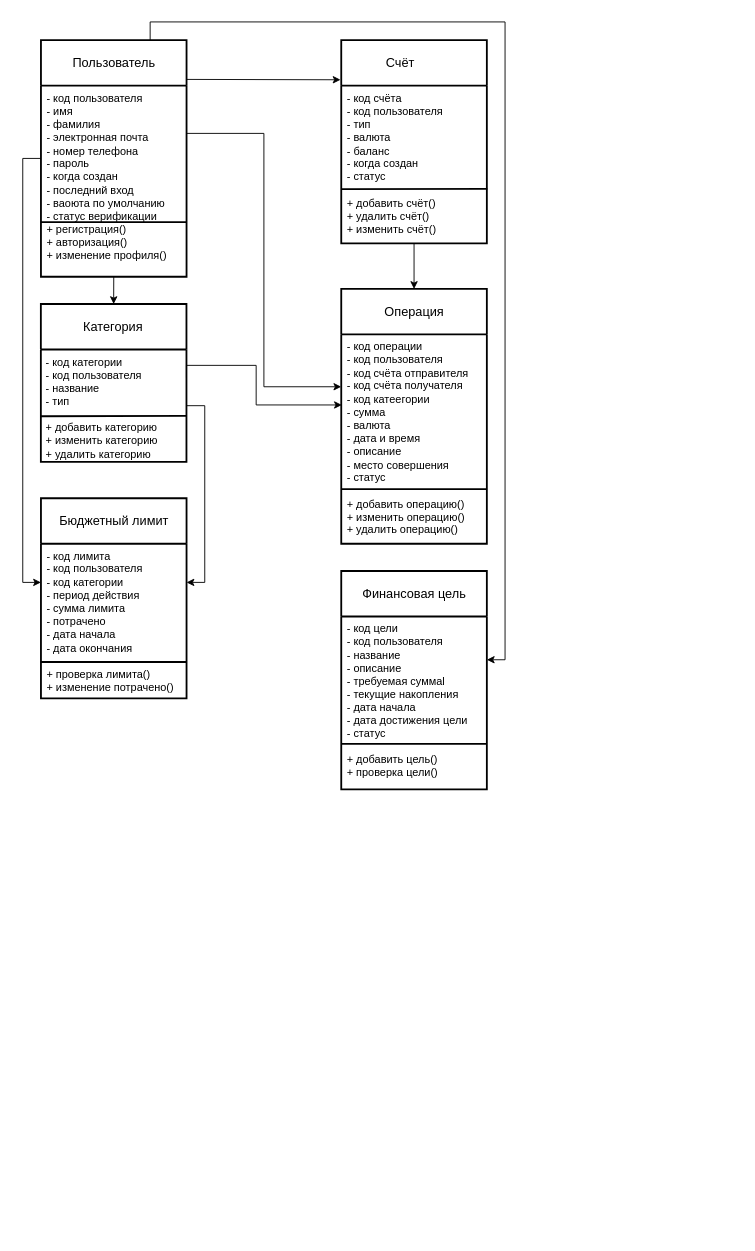
Above: Классов.drawio in melekhelyon/KR (draw.io), before the change. Source tidied: cells renumbered, new cells numbered last; positions are measured from the earlier drawing's top-left corner, leaving out a move shared by most shapes. Both pictures are drawn from the tidied source at 91%, with x=0, y=0 at pixel (40, 40).
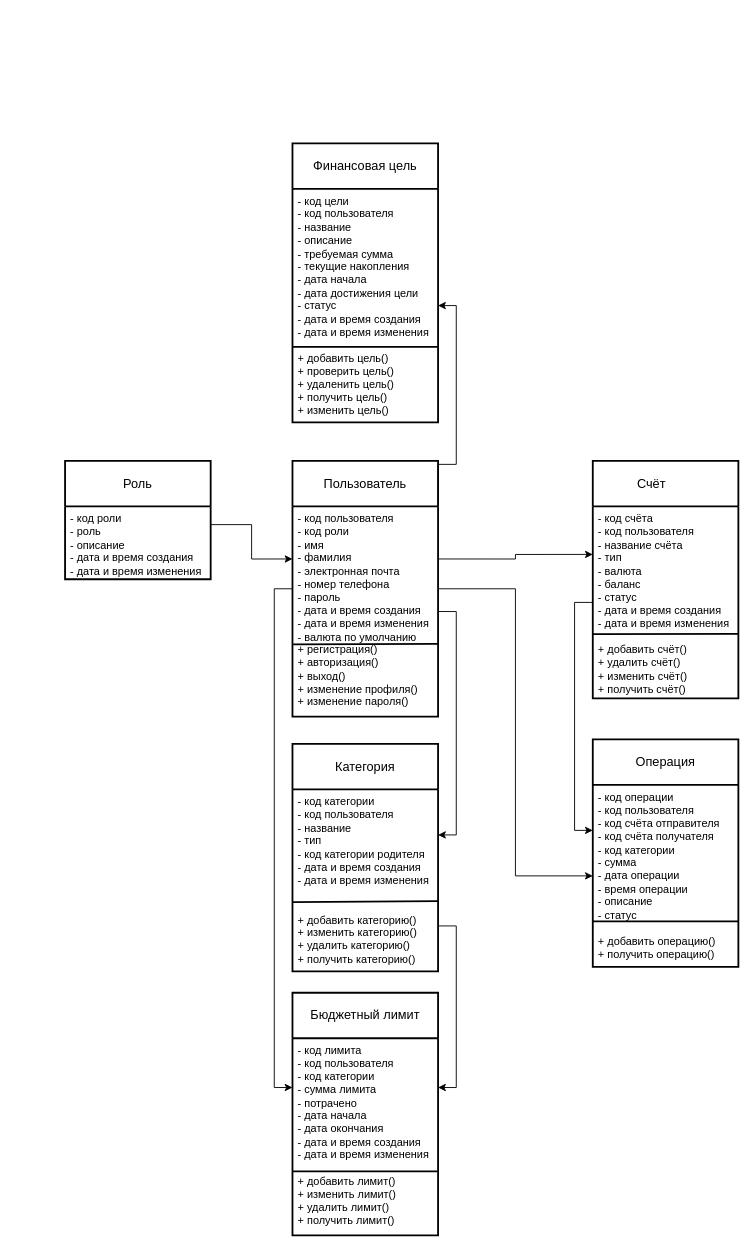
Above is the later version.

The edit, as a diff of the source:
```diff
@@
-    <mxCell id="2" style="edgeStyle=orthogonalEdgeStyle;rounded=0;jettySize=auto;html=1;exitX=0;exitY=0.5;exitDx=0;exitDy=0;entryX=0;entryY=0.25;entryDx=0;entryDy=0;" parent="1" edge="1" source="4" target="17">
-      <mxGeometry relative="1" as="geometry" />
-    </mxCell>
-    <mxCell id="3" style="edgeStyle=orthogonalEdgeStyle;rounded=0;jettySize=auto;html=1;exitX=0.75;exitY=0;exitDx=0;exitDy=0;entryX=1;entryY=0.25;entryDx=0;entryDy=0;" parent="1" edge="1" source="4" target="20">
-      <mxGeometry relative="1" as="geometry" />
-    </mxCell>
+    <mxCell id="28" style="edgeStyle=orthogonalEdgeStyle;rounded=0;jettySize=auto;html=1;exitX=0;exitY=0.5;exitDx=0;exitDy=0;entryX=0;entryY=0.25;entryDx=0;entryDy=0;" parent="1" edge="1" source="4" target="38">
+      <mxGeometry relative="1" as="geometry" />
+    </mxCell>
+    <mxCell id="29" style="edgeStyle=orthogonalEdgeStyle;rounded=0;jettySize=auto;html=1;exitX=1;exitY=0.5;exitDx=0;exitDy=0;entryX=0;entryY=0.5;entryDx=0;entryDy=0;" parent="1" edge="1" source="4" target="36">
+      <mxGeometry relative="1" as="geometry" />
+    </mxCell>
     <mxCell id="4" value="Пользователь" style="swimlane;horizontal=1;startSize=50;rounded=1;fontSize=14;fontStyle=0;strokeWidth=2;shadow=0;dashed=0;align=center;arcSize=0;whiteSpace=wrap;html=1;" parent="1" vertex="1">
-      <mxGeometry x="0.5" y="-0.4" width="160" height="260" as="geometry" />
+      <mxGeometry x="276.9" y="462" width="160" height="281" as="geometry" />
     </mxCell>
-    <mxCell id="5" value="&lt;div&gt;-&amp;nbsp;код пользователя&lt;/div&gt;- имя&lt;div&gt;- фамилия&lt;/div&gt;&lt;div&gt;- электронная почта&lt;/div&gt;&lt;div&gt;- номер телефона&lt;/div&gt;&lt;div&gt;- пароль&lt;/div&gt;&lt;div&gt;- когда создан&lt;/div&gt;&lt;div&gt;- последний вход&lt;/div&gt;&lt;div&gt;-&amp;nbsp;&lt;span style=&quot;white-space: pre-wrap&quot;&gt;ваоюта по умолчанию&lt;/span&gt;&lt;/div&gt;&lt;div&gt;&lt;span style=&quot;white-space: pre-wrap&quot;&gt;- статус верификации&lt;/span&gt;&lt;/div&gt;&lt;div&gt;+ регистрация()&lt;/div&gt;&lt;div&gt;+ авторизация()&lt;/div&gt;&lt;div&gt;+ изменение профиля()&lt;/div&gt;" style="align=left;strokeColor=none;fillColor=none;spacingLeft=4;spacingRight=4;fontSize=12;verticalAlign=top;html=1;whiteSpace=wrap;" parent="4" vertex="1">
-      <mxGeometry y="50" width="160" height="210" as="geometry" />
-    </mxCell>
-    <mxCell id="6" style="endArrow=none;html=1;rounded=0;exitX=0;exitY=0.714;exitDx=0;exitDy=0;exitPerimeter=0;strokeWidth=2;" parent="1" edge="1" source="5">
-      <mxGeometry relative="1" as="geometry">
-        <mxPoint x="160.5" y="199.6" as="targetPoint" />
-      </mxGeometry>
-    </mxCell>
+    <mxCell id="30" value="&lt;div&gt;-&amp;nbsp;код пользователя&lt;/div&gt;&lt;div&gt;-&amp;nbsp;код роли&lt;/div&gt;- имя&lt;div&gt;- фамилия&lt;/div&gt;&lt;div&gt;- электронная почта&lt;/div&gt;&lt;div&gt;- номер телефона&lt;/div&gt;&lt;div&gt;- пароль&lt;/div&gt;&lt;div&gt;- дата и время создания&lt;/div&gt;&lt;div&gt;- дата и время изменения&lt;/div&gt;&lt;div&gt;-&amp;nbsp;&lt;span style=&quot;white-space: pre-wrap&quot;&gt;валюта по умолчанию&lt;/span&gt;&lt;/div&gt;&lt;div&gt;+ регистрация()&lt;/div&gt;&lt;div&gt;+ авторизация()&lt;/div&gt;&lt;div&gt;+ выход()&lt;/div&gt;&lt;div&gt;+ изменение профиля()&lt;/div&gt;&lt;div&gt;+ изменение пароля()&lt;/div&gt;" style="align=left;strokeColor=none;fillColor=none;spacingLeft=4;spacingRight=4;fontSize=12;verticalAlign=top;html=1;whiteSpace=wrap;" parent="4" vertex="1">
+      <mxGeometry y="50" width="160" height="231" as="geometry" />
+    </mxCell>
+    <mxCell id="31" style="endArrow=none;html=1;rounded=0;exitX=0.005;exitY=0.656;exitDx=0;exitDy=0;exitPerimeter=0;strokeWidth=2;" parent="1" edge="1" source="30">
+      <mxGeometry relative="1" as="geometry">
+        <mxPoint x="436.9" y="663" as="targetPoint" />
+      </mxGeometry>
+    </mxCell>
     <mxCell id="7" value="Счёт&lt;span style=&quot;white-space: pre;&quot;&gt;&#9;&lt;/span&gt;" style="swimlane;horizontal=1;startSize=50;rounded=1;fontSize=14;fontStyle=0;strokeWidth=2;shadow=0;dashed=0;align=center;arcSize=0;whiteSpace=wrap;html=1;" parent="1" vertex="1">
-      <mxGeometry x="330.5" y="-0.4" width="160" height="223.4" as="geometry" />
+      <mxGeometry x="606.9" y="462" width="160" height="261" as="geometry" />
     </mxCell>
-    <mxCell id="8" value="&lt;div&gt;- код счёта&lt;/div&gt;- код пользователя&lt;div&gt;- тип&lt;/div&gt;&lt;div&gt;-&amp;nbsp;&lt;span style=&quot;white-space: pre-wrap&quot;&gt;валюта&lt;/span&gt;&lt;/div&gt;&lt;div&gt;-&amp;nbsp;&lt;span style=&quot;white-space: pre-wrap&quot;&gt;баланс&lt;/span&gt;&lt;/div&gt;&lt;div&gt;- когда создан&lt;/div&gt;&lt;div&gt;&lt;span style=&quot;white-space: pre-wrap&quot;&gt;- статус&lt;/span&gt;&lt;/div&gt;&lt;div&gt;&lt;span style=&quot;white-space: pre-wrap&quot;&gt;&lt;br&gt;&lt;/span&gt;&lt;/div&gt;&lt;div&gt;&lt;span style=&quot;white-space: pre-wrap&quot;&gt;+ добавить счёт()&lt;/span&gt;&lt;/div&gt;&lt;div&gt;&lt;span style=&quot;white-space: pre-wrap&quot;&gt;+ удалить счёт()&lt;/span&gt;&lt;/div&gt;&lt;div&gt;&lt;span style=&quot;white-space: pre-wrap&quot;&gt;+ изменить счёт()&lt;/span&gt;&lt;/div&gt;&lt;div&gt;&lt;span style=&quot;white-space: pre-wrap&quot;&gt;&lt;br&gt;&lt;/span&gt;&lt;/div&gt;" style="align=left;strokeColor=none;fillColor=none;spacingLeft=4;spacingRight=4;fontSize=12;verticalAlign=top;html=1;whiteSpace=wrap;" parent="7" vertex="1">
-      <mxGeometry y="50" width="160" height="173.4" as="geometry" />
-    </mxCell>
-    <mxCell id="9" style="endArrow=none;html=1;rounded=0;exitX=0;exitY=0.714;exitDx=0;exitDy=0;exitPerimeter=0;strokeWidth=2;" parent="7" edge="1">
-      <mxGeometry relative="1" as="geometry">
-        <mxPoint y="163.8" as="sourcePoint" />
-        <mxPoint x="160.5" y="163.4" as="targetPoint" />
-      </mxGeometry>
-    </mxCell>
+    <mxCell id="32" value="&lt;div&gt;- код счёта&lt;/div&gt;&lt;div&gt;- код пользователя&lt;/div&gt;&lt;div&gt;- название счёта&lt;/div&gt;&lt;div&gt;- тип&lt;/div&gt;&lt;div&gt;-&amp;nbsp;&lt;span style=&quot;white-space: pre-wrap&quot;&gt;валюта&lt;/span&gt;&lt;/div&gt;&lt;div&gt;-&amp;nbsp;&lt;span style=&quot;white-space: pre-wrap&quot;&gt;баланс&lt;/span&gt;&lt;/div&gt;&lt;div&gt;&lt;span style=&quot;white-space: pre-wrap&quot;&gt;- статус&lt;/span&gt;&lt;/div&gt;&lt;div&gt;- дата и время создания&lt;/div&gt;&lt;div&gt;- дата и время изменения&lt;/div&gt;&lt;div&gt;&lt;span style=&quot;white-space: pre-wrap&quot;&gt;&lt;br&gt;&lt;/span&gt;&lt;/div&gt;&lt;div&gt;&lt;span style=&quot;white-space: pre-wrap&quot;&gt;+ добавить счёт()&lt;/span&gt;&lt;/div&gt;&lt;div&gt;&lt;span style=&quot;white-space: pre-wrap&quot;&gt;+ удалить счёт()&lt;/span&gt;&lt;/div&gt;&lt;div&gt;&lt;span style=&quot;white-space: pre-wrap&quot;&gt;+ изменить счёт()&lt;/span&gt;&lt;/div&gt;&lt;div&gt;&lt;span style=&quot;white-space: pre-wrap&quot;&gt;+ получить счёт()&lt;/span&gt;&lt;/div&gt;&lt;div&gt;&lt;span style=&quot;white-space: pre-wrap&quot;&gt;&lt;br&gt;&lt;/span&gt;&lt;/div&gt;" style="align=left;strokeColor=none;fillColor=none;spacingLeft=4;spacingRight=4;fontSize=12;verticalAlign=top;html=1;whiteSpace=wrap;" parent="7" vertex="1">
+      <mxGeometry y="50" width="160" height="211" as="geometry" />
+    </mxCell>
+    <mxCell id="33" style="endArrow=none;html=1;rounded=0;exitX=-0.002;exitY=0.665;exitDx=0;exitDy=0;exitPerimeter=0;strokeWidth=2;" parent="7" edge="1" source="32">
+      <mxGeometry relative="1" as="geometry">
+        <mxPoint x="160.1" y="190" as="targetPoint" />
+      </mxGeometry>
+    </mxCell>
     <mxCell id="10" value="Категория" style="swimlane;horizontal=1;startSize=50;rounded=1;fontSize=14;fontStyle=0;strokeWidth=2;shadow=0;dashed=0;align=center;arcSize=0;whiteSpace=wrap;html=1;" parent="1" vertex="1">
-      <mxGeometry x="0.4" y="289.6" width="160" height="173.4" as="geometry" />
+      <mxGeometry x="276.9" y="773" width="160" height="250" as="geometry" />
     </mxCell>
-    <mxCell id="11" value="&lt;div&gt;- код категории&lt;/div&gt;- код пользователя&lt;div&gt;- название&lt;/div&gt;&lt;div&gt;- тип&lt;/div&gt;&lt;div&gt;&lt;br&gt;&lt;/div&gt;&lt;div&gt;+ добавить категорию&lt;/div&gt;&lt;div&gt;+ изменить категорию&lt;/div&gt;&lt;div&gt;+ удалить категорию&lt;/div&gt;" style="align=left;strokeColor=none;fillColor=none;spacingLeft=4;spacingRight=4;fontSize=12;verticalAlign=top;html=1;whiteSpace=wrap;" parent="10" vertex="1">
-      <mxGeometry y="50" width="160" height="123.4" as="geometry" />
-    </mxCell>
-    <mxCell id="12" style="endArrow=none;html=1;rounded=0;exitX=0;exitY=0.714;exitDx=0;exitDy=0;exitPerimeter=0;strokeWidth=2;" parent="10" edge="1">
-      <mxGeometry relative="1" as="geometry">
-        <mxPoint y="123.3" as="sourcePoint" />
-        <mxPoint x="160.5" y="122.9" as="targetPoint" />
-      </mxGeometry>
-    </mxCell>
+    <mxCell id="34" value="&lt;div&gt;- код категории&lt;/div&gt;- код пользователя&lt;div&gt;- название&lt;/div&gt;&lt;div&gt;- тип&lt;/div&gt;&lt;div&gt;- код категории родителя&lt;/div&gt;&lt;div&gt;&lt;div&gt;- дата и время создания&lt;/div&gt;&lt;div&gt;- дата и время изменения&lt;/div&gt;&lt;br&gt;&lt;/div&gt;&lt;div&gt;&lt;br&gt;&lt;/div&gt;&lt;div&gt;+ добавить категорию()&lt;/div&gt;&lt;div&gt;+ изменить категорию()&lt;/div&gt;&lt;div&gt;+ удалить категорию()&lt;/div&gt;&lt;div&gt;+ получить категорию()&lt;/div&gt;" style="align=left;strokeColor=none;fillColor=none;spacingLeft=4;spacingRight=4;fontSize=12;verticalAlign=top;html=1;whiteSpace=wrap;" parent="10" vertex="1">
+      <mxGeometry y="50" width="160" height="200" as="geometry" />
+    </mxCell>
+    <mxCell id="35" style="endArrow=none;html=1;rounded=0;exitX=0;exitY=0.619;exitDx=0;exitDy=0;strokeWidth=2;entryX=0.999;entryY=0.614;entryDx=0;entryDy=0;entryPerimeter=0;exitPerimeter=0;" parent="10" edge="1" source="34" target="34">
+      <mxGeometry relative="1" as="geometry" />
+    </mxCell>
     <mxCell id="13" value="Операция" style="swimlane;horizontal=1;startSize=50;rounded=1;fontSize=14;fontStyle=0;strokeWidth=2;shadow=0;dashed=0;align=center;arcSize=0;whiteSpace=wrap;html=1;" parent="1" vertex="1">
-      <mxGeometry x="330.5" y="273" width="160" height="280" as="geometry" />
+      <mxGeometry x="606.9" y="768" width="160" height="250" as="geometry" />
     </mxCell>
-    <mxCell id="14" value="&lt;div&gt;- код операции&lt;/div&gt;- код пользователя&lt;div&gt;-&amp;nbsp;&lt;span style=&quot;white-space: pre-wrap&quot;&gt;код счёта отправителя&lt;/span&gt;&lt;/div&gt;&lt;div&gt;- код счёта получателя&lt;/div&gt;&lt;div&gt;- код катеегории&lt;/div&gt;&lt;div&gt;- сумма&lt;/div&gt;&lt;div&gt;- валюта&lt;/div&gt;&lt;div&gt;&lt;span style=&quot;white-space: pre-wrap&quot;&gt;- дата и время&lt;/span&gt;&lt;/div&gt;&lt;div&gt;&lt;span style=&quot;white-space: pre-wrap&quot;&gt;- описание&lt;/span&gt;&lt;/div&gt;&lt;div&gt;&lt;span style=&quot;white-space: pre-wrap&quot;&gt;- место совершения&lt;/span&gt;&lt;/div&gt;&lt;div&gt;&lt;span style=&quot;white-space: pre-wrap&quot;&gt;- статус&lt;/span&gt;&lt;/div&gt;&lt;div&gt;&lt;span style=&quot;white-space: pre-wrap&quot;&gt;&lt;br&gt;&lt;/span&gt;&lt;/div&gt;&lt;div&gt;&lt;span style=&quot;white-space: pre-wrap&quot;&gt;+ добавить операцию()&lt;/span&gt;&lt;/div&gt;&lt;div&gt;&lt;span style=&quot;white-space: pre-wrap&quot;&gt;+ изменить операцию()&lt;/span&gt;&lt;/div&gt;&lt;div&gt;&lt;span style=&quot;white-space: pre-wrap&quot;&gt;+ удалить операцию()&lt;/span&gt;&lt;/div&gt;" style="align=left;strokeColor=none;fillColor=none;spacingLeft=4;spacingRight=4;fontSize=12;verticalAlign=top;html=1;whiteSpace=wrap;" parent="13" vertex="1">
-      <mxGeometry y="50" width="160" height="230" as="geometry" />
-    </mxCell>
-    <mxCell id="15" style="endArrow=none;html=1;rounded=0;exitX=0;exitY=0.714;exitDx=0;exitDy=0;exitPerimeter=0;strokeWidth=2;" parent="13" edge="1">
-      <mxGeometry relative="1" as="geometry">
-        <mxPoint y="220" as="sourcePoint" />
-        <mxPoint x="160" y="220" as="targetPoint" />
-      </mxGeometry>
-    </mxCell>
+    <mxCell id="36" value="&lt;div&gt;- код операции&lt;/div&gt;- код пользователя&lt;div&gt;-&amp;nbsp;&lt;span style=&quot;white-space: pre-wrap&quot;&gt;код счёта отправителя&lt;/span&gt;&lt;/div&gt;&lt;div&gt;- код счёта получателя&lt;/div&gt;&lt;div&gt;- код категории&lt;/div&gt;&lt;div&gt;- сумма&lt;/div&gt;&lt;div&gt;&lt;span style=&quot;white-space: pre-wrap&quot;&gt;- дата операции&lt;/span&gt;&lt;/div&gt;&lt;div&gt;&lt;span style=&quot;white-space: pre-wrap&quot;&gt;- время операции&lt;/span&gt;&lt;/div&gt;&lt;div&gt;&lt;span style=&quot;white-space: pre-wrap&quot;&gt;- описание&lt;/span&gt;&lt;/div&gt;&lt;div&gt;&lt;span style=&quot;white-space: pre-wrap&quot;&gt;- статус&lt;/span&gt;&lt;/div&gt;&lt;div&gt;&lt;span style=&quot;white-space: pre-wrap&quot;&gt;&lt;br&gt;&lt;/span&gt;&lt;/div&gt;&lt;div&gt;&lt;span style=&quot;white-space: pre-wrap&quot;&gt;+ добавить операцию()&lt;/span&gt;&lt;/div&gt;&lt;div&gt;&lt;span style=&quot;white-space: pre-wrap&quot;&gt;+ получить операцию()&lt;/span&gt;&lt;/div&gt;" style="align=left;strokeColor=none;fillColor=none;spacingLeft=4;spacingRight=4;fontSize=12;verticalAlign=top;html=1;whiteSpace=wrap;" parent="13" vertex="1">
+      <mxGeometry y="50" width="160" height="200" as="geometry" />
+    </mxCell>
+    <mxCell id="37" style="endArrow=none;html=1;rounded=0;exitX=0;exitY=0.75;exitDx=0;exitDy=0;strokeWidth=2;entryX=1;entryY=0.75;entryDx=0;entryDy=0;" parent="13" edge="1" source="36" target="36">
+      <mxGeometry relative="1" as="geometry" />
+    </mxCell>
     <mxCell id="16" value="Бюджетный лимит" style="swimlane;horizontal=1;startSize=50;rounded=1;fontSize=14;fontStyle=0;strokeWidth=2;shadow=0;dashed=0;align=center;arcSize=0;whiteSpace=wrap;html=1;" parent="1" vertex="1">
-      <mxGeometry x="0.5" y="503" width="160" height="220" as="geometry" />
+      <mxGeometry x="276.9" y="1046.4" width="160" height="266.6" as="geometry" />
     </mxCell>
-    <mxCell id="17" value="&lt;div&gt;- код лимита&lt;/div&gt;- код пользователя&lt;div&gt;- код категории&lt;/div&gt;&lt;div&gt;- период действия&lt;/div&gt;&lt;div&gt;- сумма лимита&lt;/div&gt;&lt;div&gt;- потрачено&lt;/div&gt;&lt;div&gt;- дата начала&lt;/div&gt;&lt;div&gt;- дата окончания&lt;/div&gt;&lt;div&gt;&lt;br&gt;&lt;/div&gt;&lt;div&gt;+ проверка лимита()&lt;/div&gt;&lt;div&gt;+ изменение потрачено()&lt;/div&gt;" style="align=left;strokeColor=none;fillColor=none;spacingLeft=4;spacingRight=4;fontSize=12;verticalAlign=top;html=1;whiteSpace=wrap;" parent="16" vertex="1">
-      <mxGeometry y="50" width="160" height="170" as="geometry" />
-    </mxCell>
-    <mxCell id="18" style="endArrow=none;html=1;rounded=0;exitX=0;exitY=0.714;exitDx=0;exitDy=0;exitPerimeter=0;strokeWidth=2;" parent="16" edge="1">
-      <mxGeometry relative="1" as="geometry">
-        <mxPoint y="180" as="sourcePoint" />
-        <mxPoint x="160" y="180" as="targetPoint" />
-      </mxGeometry>
-    </mxCell>
+    <mxCell id="38" value="&lt;div&gt;- код лимита&lt;/div&gt;- код пользователя&lt;div&gt;- код категории&lt;/div&gt;&lt;div&gt;- сумма лимита&lt;/div&gt;&lt;div&gt;- потрачено&lt;/div&gt;&lt;div&gt;- дата начала&lt;/div&gt;&lt;div&gt;- дата окончания&lt;/div&gt;&lt;div&gt;&lt;div&gt;- дата и время создания&lt;/div&gt;&lt;div&gt;- дата и время изменения&lt;/div&gt;&lt;div&gt;&lt;br&gt;&lt;/div&gt;&lt;/div&gt;&lt;div&gt;+ добавить лимит()&lt;/div&gt;&lt;div&gt;+ изменить лимит()&lt;/div&gt;&lt;div&gt;+ удалить лимит()&lt;/div&gt;&lt;div&gt;+ получить лимит()&lt;/div&gt;" style="align=left;strokeColor=none;fillColor=none;spacingLeft=4;spacingRight=4;fontSize=12;verticalAlign=top;html=1;whiteSpace=wrap;" parent="16" vertex="1">
+      <mxGeometry y="50" width="160" height="216.6" as="geometry" />
+    </mxCell>
+    <mxCell id="39" style="endArrow=none;html=1;rounded=0;exitX=0;exitY=0.676;exitDx=0;exitDy=0;exitPerimeter=0;strokeWidth=2;entryX=0.995;entryY=0.676;entryDx=0;entryDy=0;entryPerimeter=0;" parent="16" edge="1" source="38" target="38">
+      <mxGeometry relative="1" as="geometry" />
+    </mxCell>
     <mxCell id="19" value="Финансовая цель" style="swimlane;horizontal=1;startSize=50;rounded=1;fontSize=14;fontStyle=0;strokeWidth=2;shadow=0;dashed=0;align=center;arcSize=0;whiteSpace=wrap;html=1;" parent="1" vertex="1">
-      <mxGeometry x="330.5" y="583" width="160" height="240" as="geometry" />
+      <mxGeometry x="276.9" y="113" width="160" height="306.6" as="geometry" />
     </mxCell>
-    <mxCell id="20" value="&lt;div&gt;- код цели&lt;/div&gt;- код пользователя&lt;div&gt;- название&lt;/div&gt;&lt;div&gt;- описание&lt;/div&gt;&lt;div&gt;- требуемая суммаl&lt;/div&gt;&lt;div&gt;- текущие накопления&lt;/div&gt;&lt;div&gt;- дата начала&lt;/div&gt;&lt;div&gt;- дата достижения цели&lt;/div&gt;&lt;div&gt;- статус&lt;/div&gt;&lt;div&gt;&lt;br&gt;&lt;/div&gt;&lt;div&gt;+ добавить цель()&lt;/div&gt;&lt;div&gt;+ проверка цели()&lt;/div&gt;" style="align=left;strokeColor=none;fillColor=none;spacingLeft=4;spacingRight=4;fontSize=12;verticalAlign=top;html=1;whiteSpace=wrap;" parent="19" vertex="1">
-      <mxGeometry y="50" width="160" height="190" as="geometry" />
-    </mxCell>
-    <mxCell id="21" style="endArrow=none;html=1;rounded=0;exitX=0;exitY=0.714;exitDx=0;exitDy=0;exitPerimeter=0;strokeWidth=2;" parent="19" edge="1">
-      <mxGeometry relative="1" as="geometry">
-        <mxPoint y="190" as="sourcePoint" />
-        <mxPoint x="160" y="190" as="targetPoint" />
-      </mxGeometry>
-    </mxCell>
-    <mxCell id="22" style="endArrow=classic;html=1;rounded=0;entryX=-0.005;entryY=0.195;entryDx=0;entryDy=0;exitX=1;exitY=0.166;exitDx=0;exitDy=0;exitPerimeter=0;entryPerimeter=0;" parent="1" edge="1" source="4" target="7">
-      <mxGeometry relative="1" as="geometry" />
-    </mxCell>
-    <mxCell id="23" style="endArrow=classic;html=1;rounded=0;exitX=0.5;exitY=1;exitDx=0;exitDy=0;entryX=0.5;entryY=0;entryDx=0;entryDy=0;" parent="1" edge="1" source="5" target="10">
-      <mxGeometry relative="1" as="geometry" />
-    </mxCell>
-    <mxCell id="24" style="edgeStyle=orthogonalEdgeStyle;rounded=0;jettySize=auto;html=1;exitX=1;exitY=0.25;exitDx=0;exitDy=0;entryX=0;entryY=0.25;entryDx=0;entryDy=0;" parent="1" edge="1" source="5" target="14">
-      <mxGeometry relative="1" as="geometry" />
-    </mxCell>
-    <mxCell id="25" style="endArrow=classic;html=1;rounded=0;entryX=0.5;entryY=0;entryDx=0;entryDy=0;exitX=0.5;exitY=1;exitDx=0;exitDy=0;" parent="1" edge="1" source="8" target="13">
-      <mxGeometry relative="1" as="geometry" />
-    </mxCell>
-    <mxCell id="26" style="edgeStyle=orthogonalEdgeStyle;rounded=0;jettySize=auto;html=1;exitX=1;exitY=0.25;exitDx=0;exitDy=0;entryX=0.004;entryY=0.337;entryDx=0;entryDy=0;entryPerimeter=0;" parent="1" edge="1" source="11" target="14">
-      <mxGeometry relative="1" as="geometry">
-        <Array as="points">
-          <mxPoint x="237" y="357" />
-          <mxPoint x="237" y="401" />
-        </Array>
-      </mxGeometry>
-    </mxCell>
-    <mxCell id="27" style="edgeStyle=orthogonalEdgeStyle;rounded=0;jettySize=auto;html=1;exitX=1;exitY=0.5;exitDx=0;exitDy=0;entryX=1;entryY=0.25;entryDx=0;entryDy=0;" parent="1" edge="1" source="11" target="17">
-      <mxGeometry relative="1" as="geometry" />
-    </mxCell>
+    <mxCell id="40" value="&lt;div&gt;- код цели&lt;/div&gt;- код пользователя&lt;div&gt;- название&lt;/div&gt;&lt;div&gt;- описание&lt;/div&gt;&lt;div&gt;- требуемая сумма&lt;/div&gt;&lt;div&gt;- текущие накопления&lt;/div&gt;&lt;div&gt;- дата начала&lt;/div&gt;&lt;div&gt;- дата достижения цели&lt;/div&gt;&lt;div&gt;- статус&lt;/div&gt;&lt;div&gt;&lt;div&gt;- дата и время создания&lt;/div&gt;&lt;div&gt;- дата и время изменения&lt;/div&gt;&lt;div&gt;&lt;br&gt;&lt;/div&gt;&lt;/div&gt;&lt;div&gt;+ добавить цель()&lt;/div&gt;&lt;div&gt;+ проверить цель()&lt;/div&gt;&lt;div&gt;+ удаленить цель()&lt;/div&gt;&lt;div&gt;+ получить цель()&lt;/div&gt;&lt;div&gt;+ изменить цель()&lt;/div&gt;" style="align=left;strokeColor=none;fillColor=none;spacingLeft=4;spacingRight=4;fontSize=12;verticalAlign=top;html=1;whiteSpace=wrap;" parent="19" vertex="1">
+      <mxGeometry y="50" width="160" height="256.6" as="geometry" />
+    </mxCell>
+    <mxCell id="41" style="endArrow=none;html=1;rounded=0;exitX=0.002;exitY=0.677;exitDx=0;exitDy=0;strokeWidth=2;exitPerimeter=0;entryX=1;entryY=0.677;entryDx=0;entryDy=0;entryPerimeter=0;" parent="19" edge="1" source="40" target="40">
+      <mxGeometry relative="1" as="geometry" />
+    </mxCell>
+    <mxCell id="42" value="Роль" style="swimlane;horizontal=1;startSize=50;rounded=1;fontSize=14;fontStyle=0;strokeWidth=2;shadow=0;dashed=0;align=center;arcSize=0;whiteSpace=wrap;html=1;" parent="1" vertex="1">
+      <mxGeometry x="27" y="462" width="160" height="130" as="geometry" />
+    </mxCell>
+    <mxCell id="43" value="&lt;div&gt;- код роли&lt;/div&gt;- роль&lt;div&gt;- описание&lt;/div&gt;&lt;div&gt;- дата и время создания&lt;/div&gt;&lt;div&gt;- дата и время изменения&lt;/div&gt;" style="align=left;strokeColor=none;fillColor=none;spacingLeft=4;spacingRight=4;fontSize=12;verticalAlign=top;html=1;whiteSpace=wrap;" parent="42" vertex="1">
+      <mxGeometry y="50" width="160" height="80" as="geometry" />
+    </mxCell>
+    <mxCell id="44" style="edgeStyle=orthogonalEdgeStyle;rounded=0;jettySize=auto;html=1;exitX=1;exitY=0.25;exitDx=0;exitDy=0;entryX=0;entryY=0.25;entryDx=0;entryDy=0;" parent="1" edge="1" source="43" target="30">
+      <mxGeometry relative="1" as="geometry" />
+    </mxCell>
+    <mxCell id="45" style="edgeStyle=orthogonalEdgeStyle;rounded=0;jettySize=auto;html=1;exitX=1;exitY=0.5;exitDx=0;exitDy=0;entryX=1;entryY=0.25;entryDx=0;entryDy=0;" parent="1" edge="1" source="30" target="34">
+      <mxGeometry relative="1" as="geometry" />
+    </mxCell>
+    <mxCell id="46" style="edgeStyle=orthogonalEdgeStyle;rounded=0;jettySize=auto;html=1;exitX=1;exitY=0.75;exitDx=0;exitDy=0;entryX=1;entryY=0.25;entryDx=0;entryDy=0;" parent="1" edge="1" source="34" target="38">
+      <mxGeometry relative="1" as="geometry" />
+    </mxCell>
+    <mxCell id="47" style="edgeStyle=orthogonalEdgeStyle;rounded=0;jettySize=auto;html=1;exitX=0;exitY=0.5;exitDx=0;exitDy=0;entryX=0;entryY=0.25;entryDx=0;entryDy=0;" parent="1" edge="1" source="32" target="36">
+      <mxGeometry relative="1" as="geometry" />
+    </mxCell>
+    <mxCell id="48" style="edgeStyle=orthogonalEdgeStyle;rounded=0;jettySize=auto;html=1;exitX=1;exitY=0.25;exitDx=0;exitDy=0;entryX=0;entryY=0.25;entryDx=0;entryDy=0;" parent="1" edge="1" source="30" target="32">
+      <mxGeometry relative="1" as="geometry" />
+    </mxCell>
+    <mxCell id="49" style="edgeStyle=orthogonalEdgeStyle;rounded=0;jettySize=auto;html=1;exitX=1;exitY=0;exitDx=0;exitDy=0;entryX=1;entryY=0.5;entryDx=0;entryDy=0;" parent="1" edge="1" source="30" target="40">
+      <mxGeometry relative="1" as="geometry" />
+    </mxCell>
```
